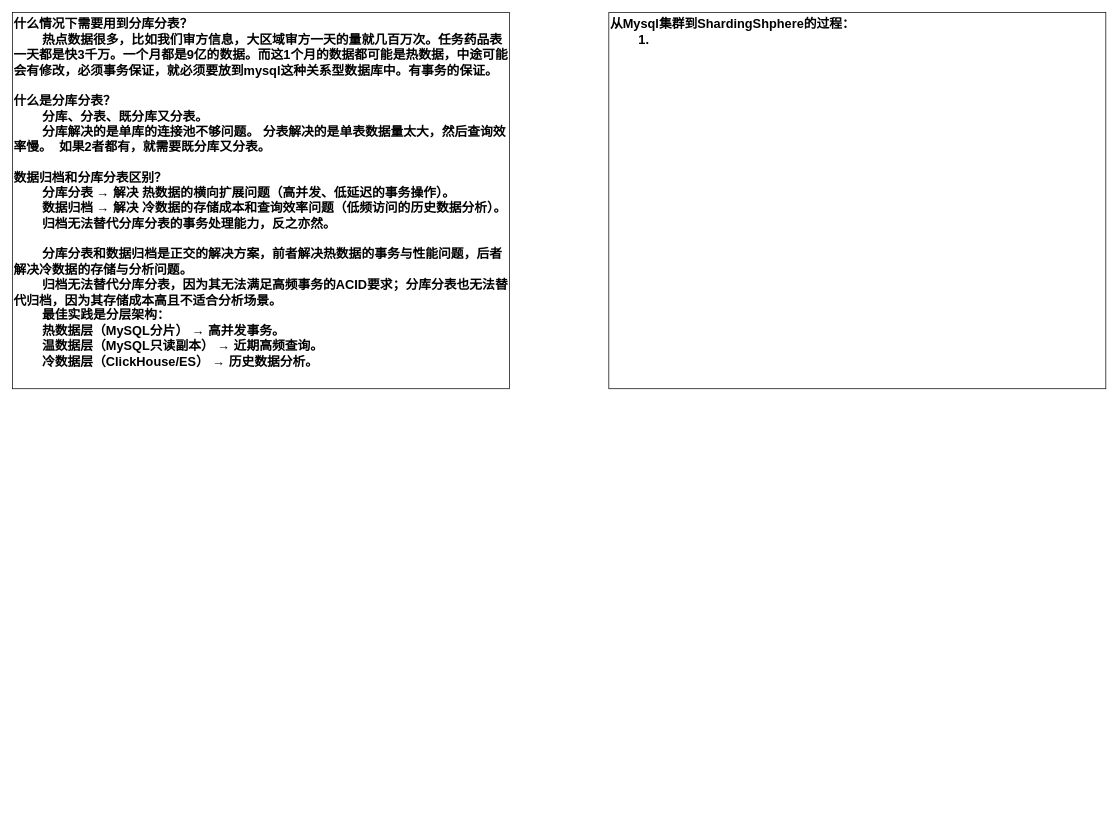
The draw.io diagram JAVA/分库分表.drawio in KGwolf/MyDraw, before the edit. Source tidied: cells renumbered, new cells numbered last; positions are measured from the earlier drawing's top-left corner, leaving out a move shared by most shapes. Both pictures are drawn from the tidied source at 71%, with x=0, y=0 at pixel (12, 12).
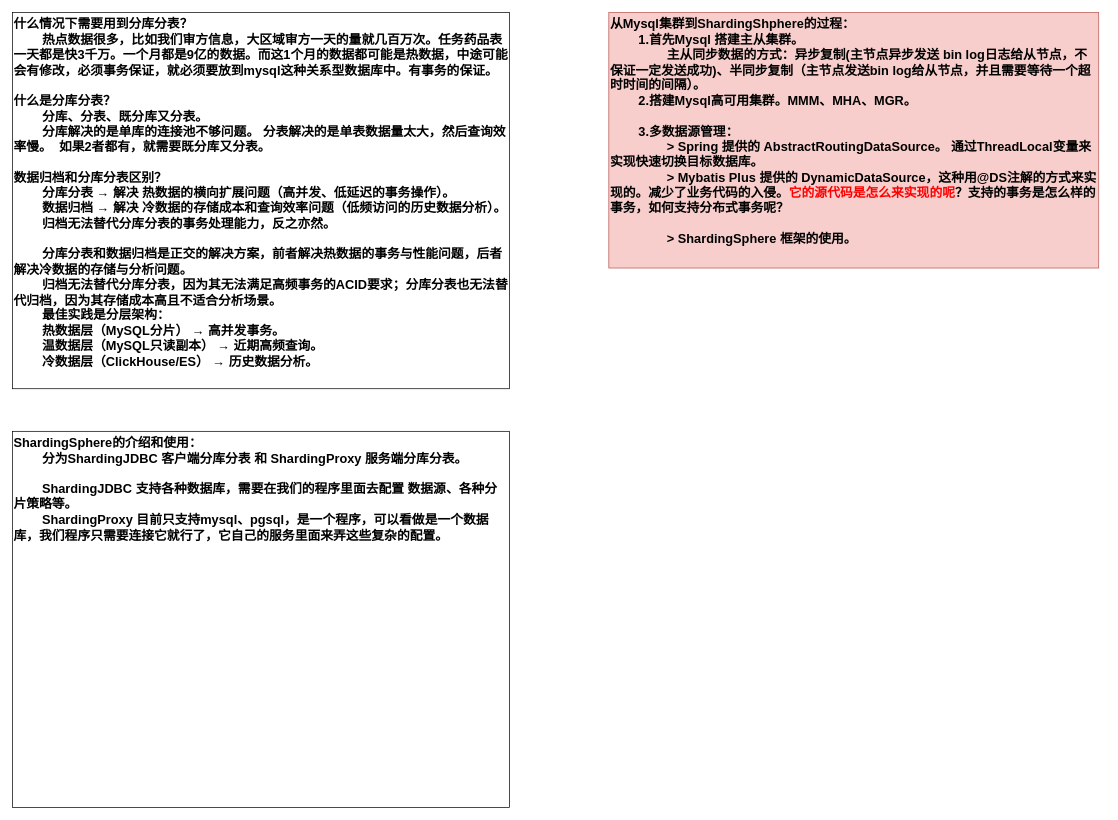
After the change.

Commit message:
更新分库分表.drawio

Diff of the diagram source:
```diff
@@
 <mxGraphModel>
   <root>
     <mxCell id="0" />
     <mxCell id="1" parent="0" />
     <mxCell id="2" value="什么情况下需要用到分库分表？&lt;div&gt;&lt;span style=&quot;white-space: pre;&quot;&gt;&#9;&lt;/span&gt;热点数据很多，比如我们审方信息，大区域审方一天的量就几百万次。任务药品表一天都是快3千万。一个月都是9亿的数据。而这1个月的数据都可能是热数据，中途可能会有修改，必须事务保证，就必须要放到mysql这种关系型数据库中。有事务的保证。&amp;nbsp;&lt;br&gt;&lt;/div&gt;&lt;div&gt;&lt;br&gt;&lt;/div&gt;&lt;div&gt;什么是分库分表？&lt;/div&gt;&lt;div&gt;&lt;span style=&quot;white-space: pre;&quot;&gt;&#9;&lt;/span&gt;分库、分表、既分库又分表。&lt;br&gt;&lt;/div&gt;&lt;div&gt;&lt;span style=&quot;white-space: pre;&quot;&gt;&#9;&lt;/span&gt;分库解决的是单库的连接池不够问题。 分表解决的是单表数据量太大，然后查询效率慢。&amp;nbsp; 如果2者都有，就需要既分库又分表。&lt;br&gt;&lt;/div&gt;&lt;div&gt;&lt;br&gt;&lt;/div&gt;&lt;div&gt;数据归档和分库分表区别？&lt;/div&gt;&lt;div&gt;&lt;span style=&quot;white-space: pre;&quot;&gt;&#9;&lt;/span&gt;&lt;span style=&quot;background-color: transparent;&quot;&gt;分库分表 → 解决 热数据的横向扩展问题（高并发、低延迟的事务操作）。&lt;br&gt;&lt;span style=&quot;white-space: pre;&quot;&gt;&#9;&lt;/span&gt;数据归档 → 解决 冷数据的存储成本和查询效率问题（低频访问的历史数据分析）。&lt;br&gt;&lt;span style=&quot;white-space: pre;&quot;&gt;&#9;&lt;/span&gt;归档无法替代分库分表的事务处理能力，反之亦然。&lt;/span&gt;&lt;br&gt;&lt;/div&gt;&lt;div&gt;&lt;span style=&quot;background-color: transparent;&quot;&gt;&lt;br&gt;&lt;/span&gt;&lt;/div&gt;&lt;div&gt;&lt;span style=&quot;background-color: transparent;&quot;&gt;&lt;span style=&quot;white-space: pre;&quot;&gt;&#9;&lt;/span&gt;&lt;/span&gt;&lt;span style=&quot;background-color: transparent;&quot;&gt;分库分表和数据归档是正交的解决方案，前者解决热数据的事务与性能问题，后者解决冷数据的存储与分析问题。&lt;br&gt;&lt;span style=&quot;white-space: pre;&quot;&gt;&#9;&lt;/span&gt;归档无法替代分库分表，因为其无法满足高频事务的ACID要求；分库分表也无法替代归档，因为其存储成本高且不适合分析场景。&lt;br&gt;&lt;span style=&quot;white-space: pre;&quot;&gt;&#9;&lt;/span&gt;最佳实践是分层架构：&lt;br&gt;&lt;span style=&quot;white-space: pre;&quot;&gt;&#9;&lt;/span&gt;热数据层（MySQL分片） → 高并发事务。&lt;br&gt;&lt;span style=&quot;white-space: pre;&quot;&gt;&#9;&lt;/span&gt;温数据层（MySQL只读副本） → 近期高频查询。&lt;br&gt;&lt;span style=&quot;white-space: pre;&quot;&gt;&#9;&lt;/span&gt;冷数据层（ClickHouse/ES） → 历史数据分析。&lt;/span&gt;&lt;/div&gt;&lt;div&gt;&lt;span style=&quot;background-color: transparent;&quot;&gt;&lt;br&gt;&lt;br&gt;&lt;/span&gt;&lt;/div&gt;" style="rounded=0;whiteSpace=wrap;html=1;fontSize=18;fontStyle=1;verticalAlign=top;align=left;" parent="1" vertex="1">
       <mxGeometry width="700" height="530" as="geometry" />
     </mxCell>
-    <mxCell id="3" value="从Mysql集群到ShardingShphere的过程：&lt;div&gt;&lt;span style=&quot;white-space: pre;&quot;&gt;&#9;&lt;/span&gt;1.&lt;br&gt;&lt;/div&gt;" style="rounded=0;whiteSpace=wrap;html=1;fontSize=18;fontStyle=1;verticalAlign=top;align=left;" parent="1" vertex="1">
-      <mxGeometry x="840" width="700" height="530" as="geometry" />
+    <mxCell id="3" value="从Mysql集群到ShardingShphere的过程：&lt;div&gt;&lt;span style=&quot;white-space: pre;&quot;&gt;&#9;&lt;/span&gt;1.首先Mysql 搭建主从集群。&lt;br&gt;&lt;/div&gt;&lt;div&gt;&lt;span style=&quot;white-space: pre;&quot;&gt;&#9;&lt;/span&gt;&lt;span style=&quot;white-space: pre;&quot;&gt;&#9;&lt;/span&gt;主从同步数据的方式：异步复制(主节点异步发送 bin log日志给从节点，不保证一定发送成功)、半同步复制（主节点发送bin log给从节点，并且需要等待一个超时时间的间隔）。&lt;br&gt;&lt;/div&gt;&lt;div&gt;&lt;span style=&quot;white-space: pre;&quot;&gt;&#9;&lt;/span&gt;2.搭建Mysql高可用集群。MMM、MHA、MGR。&lt;/div&gt;&lt;div&gt;&lt;span style=&quot;white-space: pre;&quot;&gt;&#9;&lt;/span&gt;&lt;br&gt;&lt;/div&gt;&lt;div&gt;&lt;span style=&quot;white-space: pre;&quot;&gt;&#9;&lt;/span&gt;3.多数据源管理：&lt;br&gt;&lt;/div&gt;&lt;div&gt;&lt;span style=&quot;white-space: pre;&quot;&gt;&#9;&lt;/span&gt;&lt;span style=&quot;white-space: pre;&quot;&gt;&#9;&lt;/span&gt;&amp;gt; Spring 提供的 AbstractRoutingDataSource。 通过ThreadLocal变量来实现快速切换目标数据库。&lt;br&gt;&lt;/div&gt;&lt;div&gt;&lt;span style=&quot;white-space: pre;&quot;&gt;&#9;&lt;/span&gt;&lt;span style=&quot;white-space: pre;&quot;&gt;&#9;&lt;/span&gt;&amp;gt; Mybatis Plus 提供的 DynamicDataSource，这种用@DS注解的方式来实现的。减少了业务代码的入侵。&lt;font style=&quot;color: rgb(255, 0, 0);&quot;&gt;它的源代码是怎么来实现的呢&lt;/font&gt;？支持的事务是怎么样的事务，如何支持分布式事务呢？&lt;br&gt;&lt;/div&gt;&lt;div&gt;&lt;br&gt;&lt;/div&gt;&lt;div&gt;&lt;span style=&quot;white-space: pre;&quot;&gt;&#9;&lt;/span&gt;&lt;span style=&quot;white-space: pre;&quot;&gt;&#9;&lt;/span&gt;&amp;gt; ShardingSphere 框架的使用。&lt;br&gt;&lt;/div&gt;" style="rounded=0;whiteSpace=wrap;html=1;fontSize=18;fontStyle=1;verticalAlign=top;align=left;fillColor=#f8cecc;strokeColor=#b85450;" parent="1" vertex="1">
+      <mxGeometry x="840" width="690" height="360" as="geometry" />
     </mxCell>
+    <mxCell id="4" value="&lt;div&gt;&lt;span style=&quot;background-color: transparent;&quot;&gt;ShardingSphere的介绍和使用：&lt;/span&gt;&lt;/div&gt;&lt;div&gt;&lt;span style=&quot;background-color: transparent;&quot;&gt;&lt;span style=&quot;white-space: pre;&quot;&gt;&#9;&lt;/span&gt;分为ShardingJDBC 客户端分库分表 和 ShardingProxy 服务端分库分表。&lt;br&gt;&lt;/span&gt;&lt;/div&gt;&lt;div&gt;&lt;span style=&quot;background-color: transparent;&quot;&gt;&lt;br&gt;&lt;/span&gt;&lt;/div&gt;&lt;div&gt;&lt;span style=&quot;background-color: transparent;&quot;&gt;&lt;span style=&quot;white-space: pre;&quot;&gt;&#9;&lt;/span&gt;ShardingJDBC 支持各种数据库，需要在我们的程序里面去配置 数据源、各种分片策略等。&lt;/span&gt;&lt;/div&gt;&lt;div&gt;&lt;span style=&quot;background-color: transparent;&quot;&gt;&lt;span style=&quot;white-space: pre;&quot;&gt;&#9;&lt;/span&gt;ShardingProxy 目前只支持mysql、pgsql，是一个程序，可以看做是一个数据库，我们程序只需要连接它就行了，它自己的服务里面来弄这些复杂的配置。&lt;br&gt;&lt;/span&gt;&lt;/div&gt;" style="rounded=0;whiteSpace=wrap;html=1;fontSize=18;fontStyle=1;verticalAlign=top;align=left;" parent="1" vertex="1">
+      <mxGeometry y="590" width="700" height="530" as="geometry" />
+    </mxCell>
   </root>
 </mxGraphModel>
```
